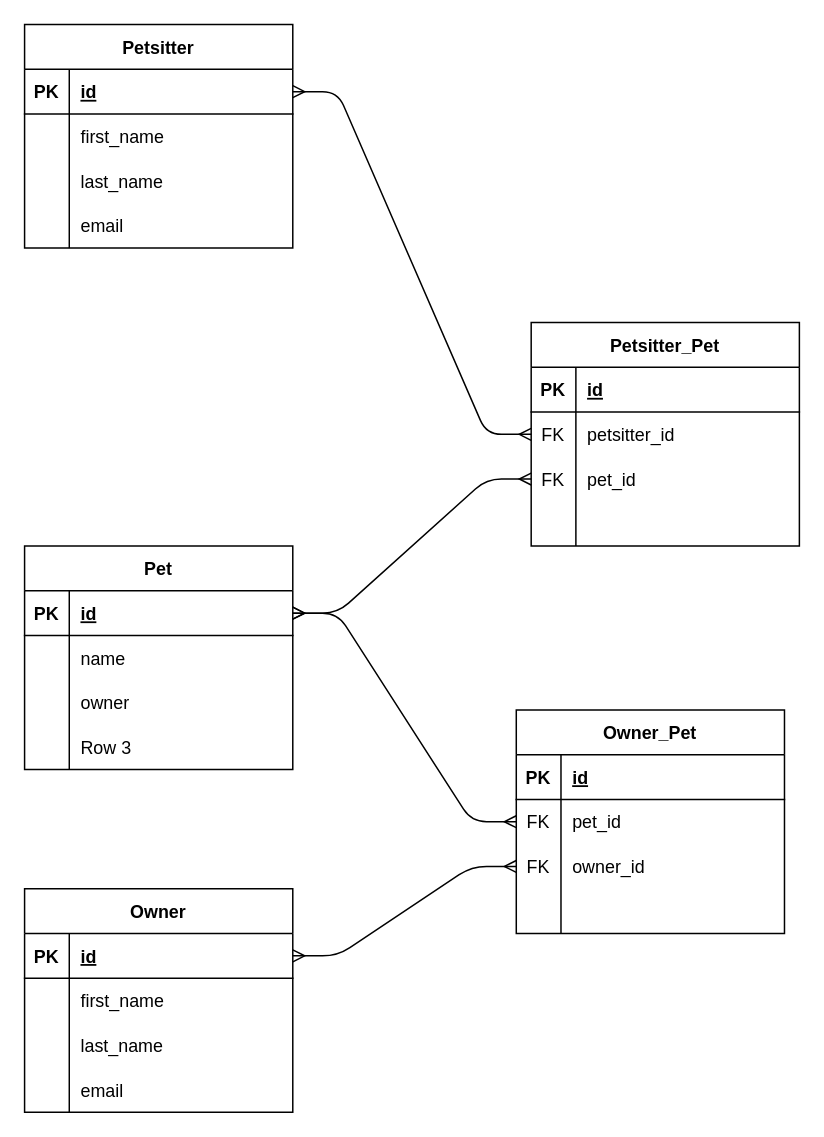
Earlier version of the draw.io diagram diagram.drawio (nathanieltruitt/petsitter). Source tidied: cells renumbered, new cells numbered last; positions are measured from the earlier drawing's top-left corner, leaving out a move shared by most shapes. Both pictures are drawn from the tidied source at 149%, with x=0, y=0 at pixel (24, 24).
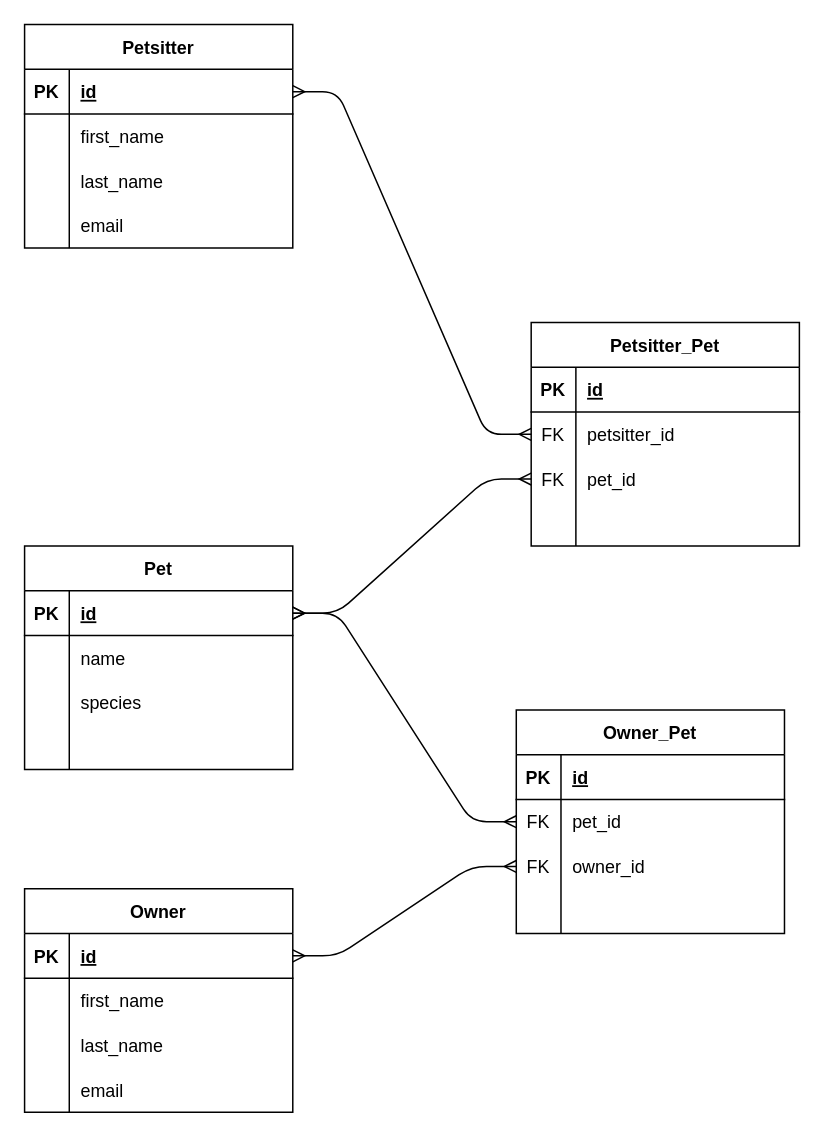
After the change.

Unchanged cells that the change refers to:
```xml
<mxCell id="9" style="shape=tableRow;horizontal=0;startSize=0;swimlaneHead=0;swimlaneBody=0;fillColor=none;top=0;left=0;right=0;bottom=0;" parent="2" vertex="1">
  <mxGeometry y="90" width="180" height="30" as="geometry" />
</mxCell>
<mxCell id="12" style="shape=tableRow;horizontal=0;startSize=0;swimlaneHead=0;swimlaneBody=0;fillColor=none;top=0;left=0;right=0;bottom=0;" parent="2" vertex="1">
  <mxGeometry y="120" width="180" height="30" as="geometry" />
</mxCell>
```

The edit, as a diff of the source:
```diff
@@
-    <mxCell id="11" value="owner" style="shape=partialRectangle;fillColor=none;top=0;left=0;bottom=0;right=0;align=left;spacingLeft=6;overflow=hidden;" parent="9" vertex="1">
+    <mxCell id="11" value="species" style="shape=partialRectangle;fillColor=none;top=0;left=0;bottom=0;right=0;align=left;spacingLeft=6;overflow=hidden;" parent="9" vertex="1">
       <mxGeometry x="30" width="150" height="30" as="geometry" />
     </mxCell>
@@
-    <mxCell id="14" value="Row 3" style="shape=partialRectangle;fillColor=none;top=0;left=0;bottom=0;right=0;align=left;spacingLeft=6;overflow=hidden;" parent="12" vertex="1">
+    <mxCell id="14" style="shape=partialRectangle;fillColor=none;top=0;left=0;bottom=0;right=0;align=left;spacingLeft=6;overflow=hidden;" parent="12" vertex="1">
       <mxGeometry x="30" width="150" height="30" as="geometry" />
     </mxCell>
```
